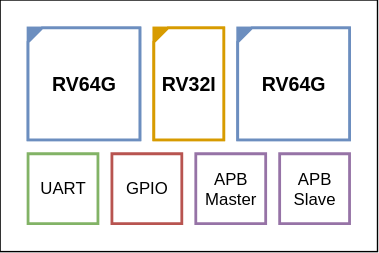
Before: document/arch.svg, a diagram exported from draw.io (ADN-VLSI/S1). Source tidied: cells renumbered, new cells last; positions are measured from the earlier drawing's top-left corner, leaving out a move shared by most shapes. Source of this version:
```xml
<mxGraphModel>
  <root>
    <mxCell id="0" />
    <mxCell id="1" parent="0" />
    <mxCell id="2" style="whiteSpace=wrap;html=1;verticalAlign=bottom;fontSize=22;spacing=0;align=right;" parent="1" vertex="1">
      <mxGeometry width="270" height="180" as="geometry" />
    </mxCell>
    <mxCell id="3" style="rounded=0;whiteSpace=wrap;html=1;fontStyle=1;fontSize=14;fillColor=#6C8EBF;strokeColor=#6c8ebf;strokeWidth=2;" parent="1" vertex="1">
      <mxGeometry x="170" y="20" width="80" height="80" as="geometry" />
    </mxCell>
    <mxCell id="4" value="&lt;span style=&quot;font-size: 14px; font-weight: 700;&quot;&gt;RV64G&lt;/span&gt;" style="shape=card;whiteSpace=wrap;html=1;size=10;fillColor=default;strokeColor=#6c8ebf;strokeWidth=2;" parent="1" vertex="1">
      <mxGeometry x="170" y="20" width="80" height="80" as="geometry" />
    </mxCell>
    <mxCell id="5" style="rounded=0;whiteSpace=wrap;html=1;fontStyle=1;fontSize=14;fillColor=#6C8EBF;strokeColor=#6c8ebf;strokeWidth=2;" parent="1" vertex="1">
      <mxGeometry x="20" y="20" width="80" height="80" as="geometry" />
    </mxCell>
    <mxCell id="6" value="&lt;span style=&quot;font-size: 14px; font-weight: 700;&quot;&gt;RV64G&lt;/span&gt;" style="shape=card;whiteSpace=wrap;html=1;size=10;fillColor=default;strokeColor=#6c8ebf;strokeWidth=2;" parent="1" vertex="1">
      <mxGeometry x="20" y="20" width="80" height="80" as="geometry" />
    </mxCell>
    <mxCell id="7" value="UART" style="shape=card;whiteSpace=wrap;html=1;size=0;fillColor=default;strokeColor=#82b366;strokeWidth=2;" parent="1" vertex="1">
      <mxGeometry x="20" y="110" width="50" height="50" as="geometry" />
    </mxCell>
    <mxCell id="8" value="GPIO" style="shape=card;whiteSpace=wrap;html=1;size=0;fillColor=default;strokeColor=#b85450;strokeWidth=2;" parent="1" vertex="1">
      <mxGeometry x="80" y="110" width="50" height="50" as="geometry" />
    </mxCell>
    <mxCell id="9" value="APB&lt;div&gt;Slave&lt;/div&gt;" style="shape=card;whiteSpace=wrap;html=1;size=0;fillColor=default;strokeColor=#9673a6;strokeWidth=2;" parent="1" vertex="1">
      <mxGeometry x="200" y="110" width="50" height="50" as="geometry" />
    </mxCell>
    <mxCell id="10" value="APB&lt;div&gt;Master&lt;/div&gt;" style="shape=card;whiteSpace=wrap;html=1;size=0;fillColor=default;strokeColor=#9673a6;strokeWidth=2;" parent="1" vertex="1">
      <mxGeometry x="140" y="110" width="50" height="50" as="geometry" />
    </mxCell>
    <mxCell id="11" style="rounded=0;whiteSpace=wrap;html=1;fontStyle=1;fontSize=14;fillColor=#D79B00;strokeColor=#D79B00;strokeWidth=2;" parent="1" vertex="1">
      <mxGeometry x="110" y="20" width="50" height="80" as="geometry" />
    </mxCell>
    <mxCell id="12" value="&lt;span style=&quot;font-size: 14px; font-weight: 700;&quot;&gt;RV32I&lt;/span&gt;" style="shape=card;whiteSpace=wrap;html=1;size=10;fillColor=default;strokeColor=#d79b00;strokeWidth=2;" parent="1" vertex="1">
      <mxGeometry x="110" y="20" width="50" height="80" as="geometry" />
    </mxCell>
  </root>
</mxGraphModel>
```
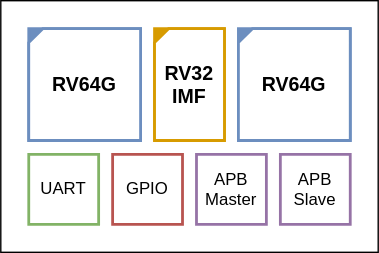
Above is the later version.

What changed in the source:
```diff
@@ -32,7 +32,7 @@
     <mxCell id="11" style="rounded=0;whiteSpace=wrap;html=1;fontStyle=1;fontSize=14;fillColor=#D79B00;strokeColor=#D79B00;strokeWidth=2;" parent="1" vertex="1">
       <mxGeometry x="110" y="20" width="50" height="80" as="geometry" />
     </mxCell>
-    <mxCell id="12" value="&lt;span style=&quot;font-size: 14px; font-weight: 700;&quot;&gt;RV32I&lt;/span&gt;" style="shape=card;whiteSpace=wrap;html=1;size=10;fillColor=default;strokeColor=#d79b00;strokeWidth=2;" parent="1" vertex="1">
+    <mxCell id="12" value="&lt;span style=&quot;font-size: 14px; font-weight: 700;&quot;&gt;RV32&lt;/span&gt;&lt;div&gt;&lt;span style=&quot;font-size: 14px; font-weight: 700;&quot;&gt;IMF&lt;/span&gt;&lt;/div&gt;" style="shape=card;whiteSpace=wrap;html=1;size=10;fillColor=default;strokeColor=#d79b00;strokeWidth=2;" parent="1" vertex="1">
       <mxGeometry x="110" y="20" width="50" height="80" as="geometry" />
     </mxCell>
   </root>
```
